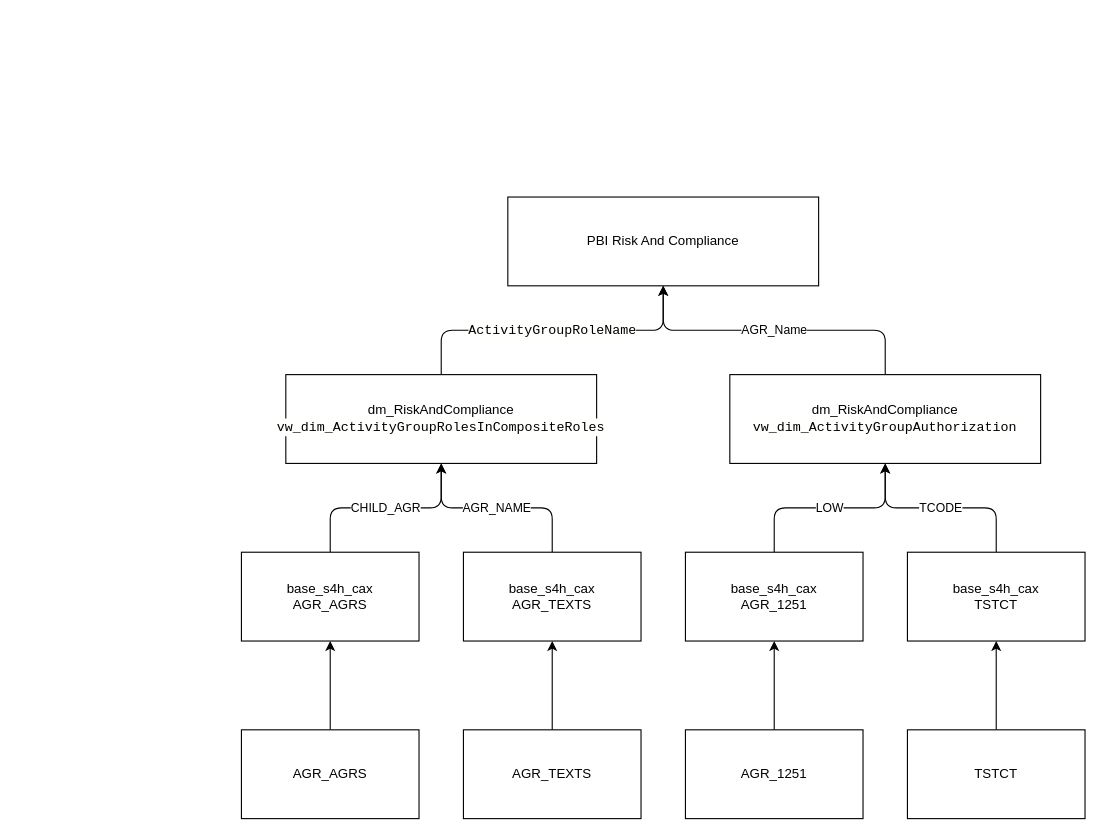
Above: synapse-dwh/Diagrams/Dependency Diagrams/SAP Roles.drawio in szubalii/leviat-data-and-analytics (draw.io), before the change. Source tidied: cells renumbered, new cells numbered last; positions are measured from the earlier drawing's top-left corner, leaving out a move shared by most shapes. Both pictures are drawn from the tidied source at 111%, with x=0, y=0 at pixel (241, 196).
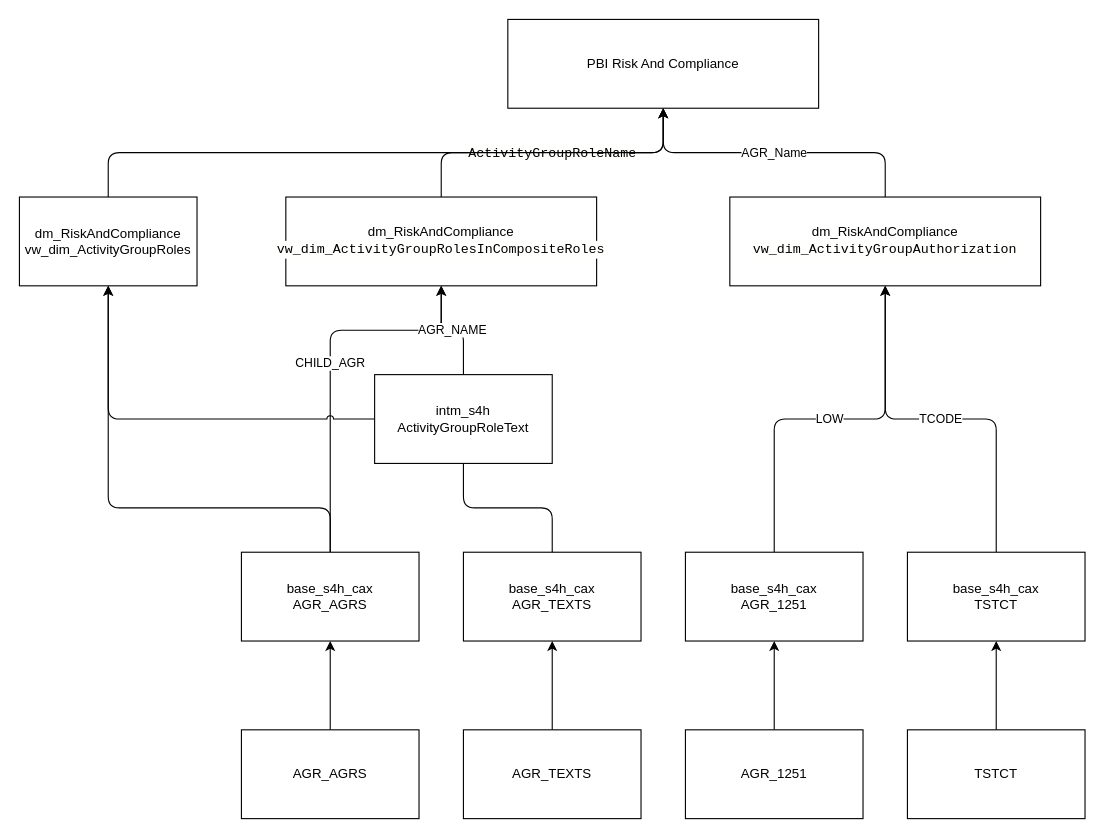
The same diagram, later.

The change refers to these unchanged cells:
```xml
<mxCell id="9" value="base_s4h_cax&lt;br&gt;AGR_AGRS" style="rounded=0;whiteSpace=wrap;html=1;" parent="1" vertex="1">
  <mxGeometry y="320" width="160" height="80" as="geometry" />
</mxCell>
<mxCell id="15" value="base_s4h_cax&lt;br&gt;AGR_TEXTS" style="rounded=0;whiteSpace=wrap;html=1;" parent="1" vertex="1">
  <mxGeometry x="200" y="320" width="160" height="80" as="geometry" />
</mxCell>
```

Change to the diagram source:
```diff
@@
-    <mxCell id="8" value="CHILD_AGR" style="edgeStyle=orthogonalEdgeStyle;html=1;" parent="1" edge="1" source="9" target="11">
-      <mxGeometry relative="1" as="geometry" />
+    <mxCell id="8" value="CHILD_AGR" style="edgeStyle=orthogonalEdgeStyle;html=1;jumpStyle=arc;" parent="1" edge="1" source="9" target="11">
+      <mxGeometry relative="1" as="geometry">
+        <Array as="points">
+          <mxPoint x="80" y="120" />
+          <mxPoint x="180" y="120" />
+        </Array>
+      </mxGeometry>
     </mxCell>
+    <mxCell id="23" style="edgeStyle=orthogonalEdgeStyle;html=1;exitX=0.5;exitY=0;exitDx=0;exitDy=0;entryX=0.5;entryY=1;entryDx=0;entryDy=0;" parent="1" edge="1" source="9" target="25">
+      <mxGeometry relative="1" as="geometry">
+        <Array as="points">
+          <mxPoint x="80" y="280" />
+          <mxPoint x="-120" y="280" />
+        </Array>
+      </mxGeometry>
+    </mxCell>
@@
     <mxCell id="11" value="dm_RiskAndCompliance&lt;br&gt;&lt;div style=&quot;color: rgb(0, 0, 0); background-color: rgb(255, 255, 254); font-family: Consolas, &amp;quot;Courier New&amp;quot;, monospace; line-height: 16px;&quot;&gt;vw_dim_ActivityGroupRolesInCompositeRoles&lt;/div&gt;" style="rounded=0;whiteSpace=wrap;html=1;" parent="1" vertex="1">
-      <mxGeometry x="40" y="160" width="280" height="80" as="geometry" />
+      <mxGeometry x="40" width="280" height="80" as="geometry" />
     </mxCell>
@@
-    <mxCell id="14" value="AGR_NAME" style="edgeStyle=orthogonalEdgeStyle;html=1;exitX=0.5;exitY=0;exitDx=0;exitDy=0;entryX=0.5;entryY=1;entryDx=0;entryDy=0;" parent="1" edge="1" source="15" target="11">
+    <mxCell id="14" value="AGR_NAME" style="edgeStyle=orthogonalEdgeStyle;html=1;exitX=0.5;exitY=0;exitDx=0;exitDy=0;entryX=0.5;entryY=1;entryDx=0;entryDy=0;startArrow=none;" parent="1" edge="1" source="28" target="11">
       <mxGeometry relative="1" as="geometry" />
     </mxCell>
@@
     <mxCell id="21" value="dm_RiskAndCompliance&lt;br&gt;&lt;div style=&quot;color: rgb(0, 0, 0); background-color: rgb(255, 255, 254); font-family: Consolas, &amp;quot;Courier New&amp;quot;, monospace; line-height: 16px;&quot;&gt;&lt;div style=&quot;line-height: 16px;&quot;&gt;vw_dim_ActivityGroupAuthorization&lt;/div&gt;&lt;/div&gt;" style="rounded=0;whiteSpace=wrap;html=1;" parent="1" vertex="1">
-      <mxGeometry x="440" y="160" width="280" height="80" as="geometry" />
+      <mxGeometry x="440" width="280" height="80" as="geometry" />
     </mxCell>
     <mxCell id="22" value="PBI Risk And Compliance" style="rounded=0;whiteSpace=wrap;html=1;" parent="1" vertex="1">
-      <mxGeometry x="240" width="280" height="80" as="geometry" />
+      <mxGeometry x="240" y="-160" width="280" height="80" as="geometry" />
     </mxCell>
+    <mxCell id="24" style="edgeStyle=orthogonalEdgeStyle;jumpStyle=arc;html=1;exitX=0.5;exitY=0;exitDx=0;exitDy=0;entryX=0.5;entryY=1;entryDx=0;entryDy=0;" parent="1" edge="1" source="25" target="22">
+      <mxGeometry relative="1" as="geometry" />
+    </mxCell>
+    <mxCell id="25" value="dm_RiskAndCompliance&lt;br&gt;vw_dim_ActivityGroupRoles" style="rounded=0;whiteSpace=wrap;html=1;" parent="1" vertex="1">
+      <mxGeometry x="-200" width="160" height="80" as="geometry" />
+    </mxCell>
+    <mxCell id="26" style="edgeStyle=orthogonalEdgeStyle;html=1;exitX=0.5;exitY=0;exitDx=0;exitDy=0;entryX=0.5;entryY=1;entryDx=0;entryDy=0;endArrow=none;" parent="1" edge="1" source="15" target="28">
+      <mxGeometry relative="1" as="geometry" />
+    </mxCell>
+    <mxCell id="27" style="edgeStyle=orthogonalEdgeStyle;html=1;exitX=0;exitY=0.5;exitDx=0;exitDy=0;entryX=0.5;entryY=1;entryDx=0;entryDy=0;jumpStyle=arc;" parent="1" edge="1" source="28" target="25">
+      <mxGeometry relative="1" as="geometry" />
+    </mxCell>
+    <mxCell id="28" value="intm_s4h&lt;br&gt;ActivityGroupRoleText" style="rounded=0;whiteSpace=wrap;html=1;" parent="1" vertex="1">
+      <mxGeometry x="120" y="160" width="160" height="80" as="geometry" />
+    </mxCell>
```
